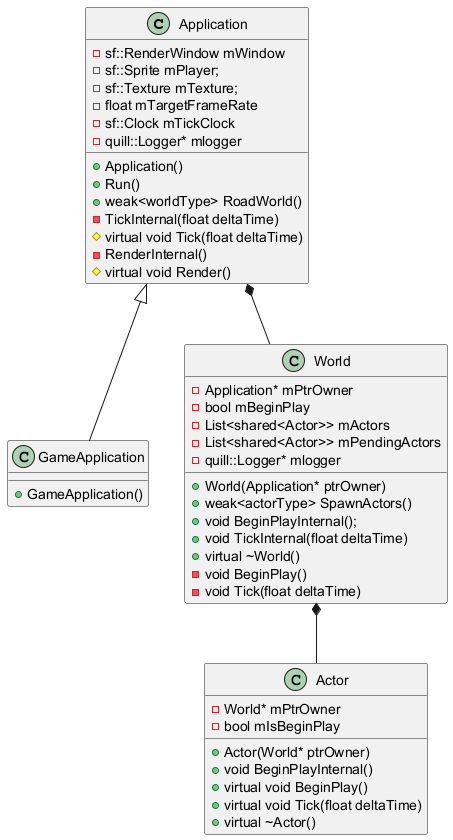
eddieho2001/LightYearsGame keeps this PlantUML diagram as docs/UMLClassesDiagrams/LightYearsGameArch.png. Above is the earlier version.
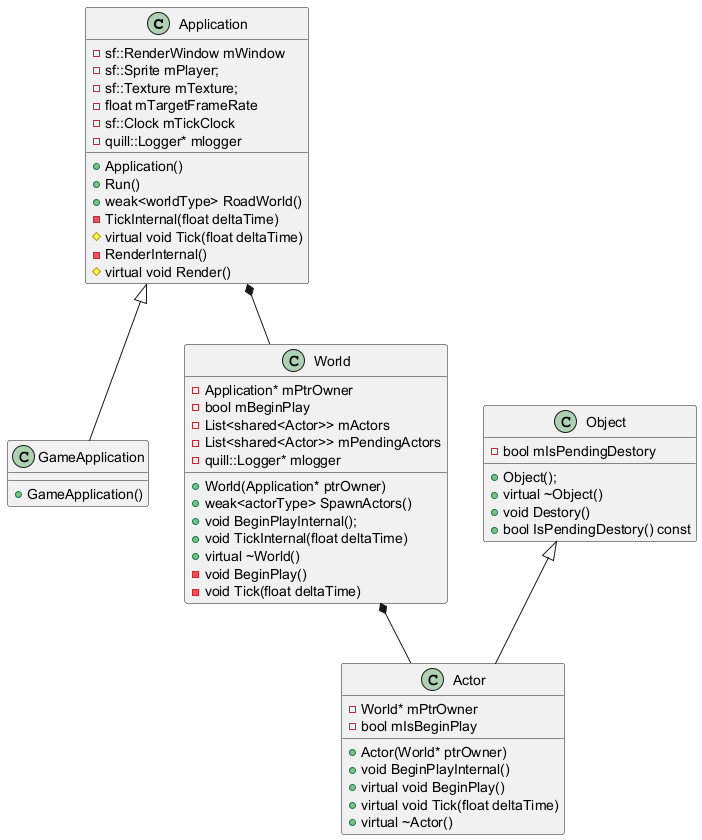
Later version of the same file.

Commit message:
Perform some tests on object destory

Change to the diagram source:
```diff
@@ -35,6 +35,14 @@
 	-void Tick(float deltaTime)
 }
 
+class Object{
+	-bool mIsPendingDestory
+	+Object();
+	+virtual ~Object()
+	+void Destory()
+	+bool IsPendingDestory() const
+}
+
 class Actor{
 	-World* mPtrOwner
 	-bool mIsBeginPlay
@@ -48,5 +56,6 @@
 Application <|--GameApplication
 Application *--World
 World *--Actor
+Object <|--Actor
 
 @enduml
```
